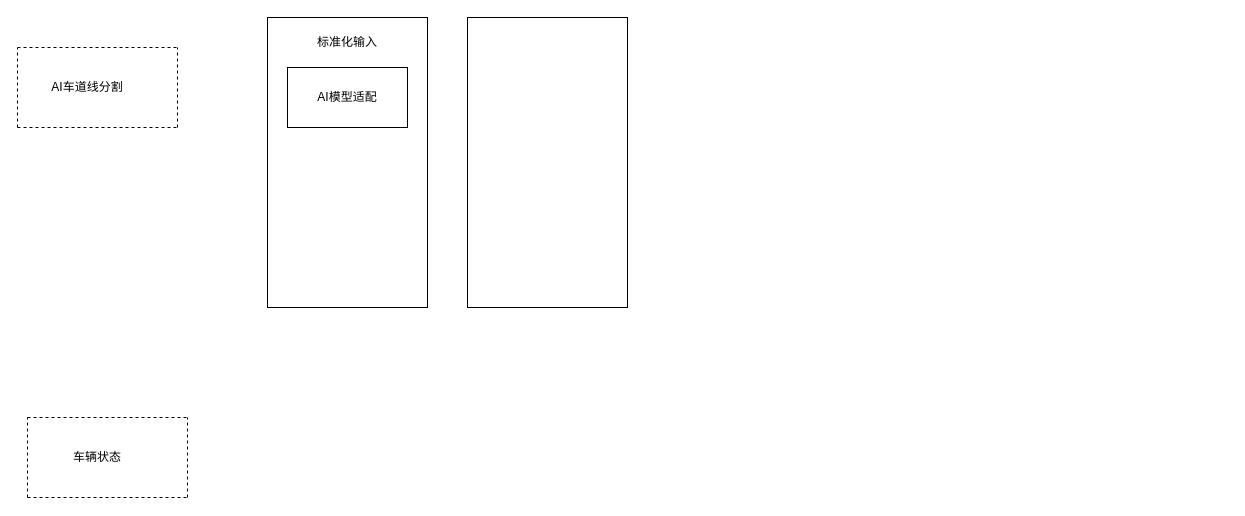
Earlier version of the draw.io diagram ypilot_2022.drawio (bugquella/diagrams). Source tidied: cells renumbered, new cells numbered last; positions are measured from the earlier drawing's top-left corner, leaving out a move shared by most shapes. Both pictures are drawn from the tidied source at 100%, with x=0, y=0 at pixel (17, 17).
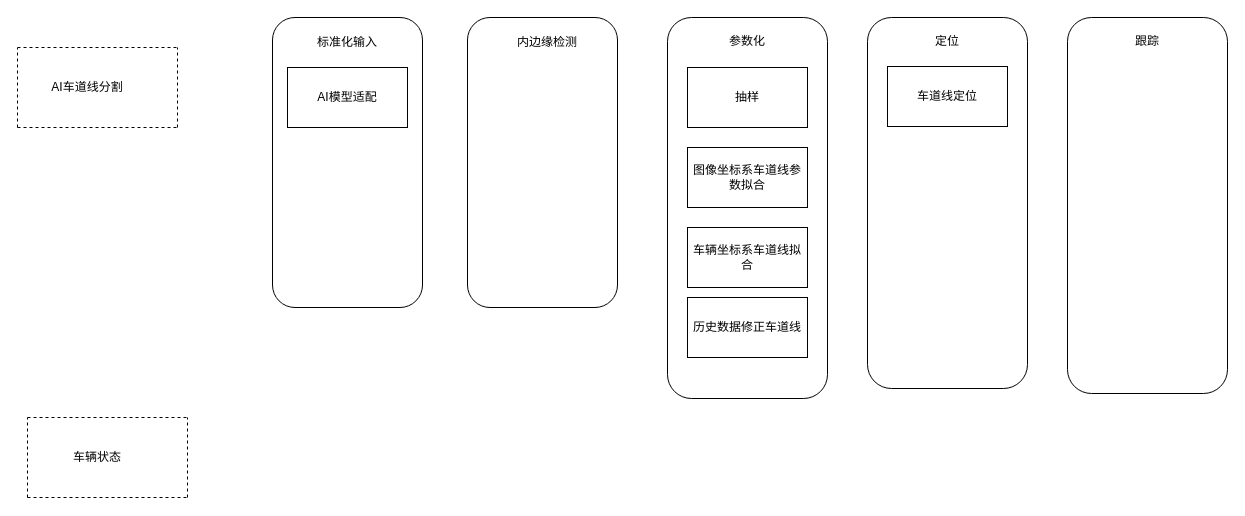
The same page after the edit.

Change to the diagram source:
```diff
@@
+    <mxCell id="18" style="rounded=1;whiteSpace=wrap;html=1;" parent="1" vertex="1">
+      <mxGeometry x="1050" width="160" height="376" as="geometry" />
+    </mxCell>
+    <mxCell id="19" style="rounded=1;whiteSpace=wrap;html=1;" parent="1" vertex="1">
+      <mxGeometry x="850" width="160" height="371" as="geometry" />
+    </mxCell>
+    <mxCell id="20" style="rounded=1;whiteSpace=wrap;html=1;" parent="1" vertex="1">
+      <mxGeometry x="650" width="160" height="381" as="geometry" />
+    </mxCell>
+    <mxCell id="21" style="rounded=1;whiteSpace=wrap;html=1;" parent="1" vertex="1">
+      <mxGeometry x="450" width="150" height="290" as="geometry" />
+    </mxCell>
+    <mxCell id="22" style="rounded=1;whiteSpace=wrap;html=1;" parent="1" vertex="1">
+      <mxGeometry x="255" width="150" height="290" as="geometry" />
+    </mxCell>
@@
-    <mxCell id="8" style="rounded=0;whiteSpace=wrap;html=1;" parent="1" vertex="1">
-      <mxGeometry x="250" width="160" height="290" as="geometry" />
-    </mxCell>
@@
-    <mxCell id="11" style="rounded=0;whiteSpace=wrap;html=1;" parent="1" vertex="1">
-      <mxGeometry x="450" width="160" height="290" as="geometry" />
-    </mxCell>
@@
+    <mxCell id="23" value="内边缘检测" style="text;html=1;strokeColor=none;fillColor=none;align=center;verticalAlign=middle;whiteSpace=wrap;rounded=0;" parent="1" vertex="1">
+      <mxGeometry x="490" y="10" width="80" height="30" as="geometry" />
+    </mxCell>
+    <mxCell id="24" value="参数化" style="text;html=1;strokeColor=none;fillColor=none;align=center;verticalAlign=middle;whiteSpace=wrap;rounded=0;" parent="1" vertex="1">
+      <mxGeometry x="700" y="9" width="60" height="30" as="geometry" />
+    </mxCell>
+    <mxCell id="25" value="抽样" style="rounded=0;whiteSpace=wrap;html=1;" parent="1" vertex="1">
+      <mxGeometry x="670" y="50" width="120" height="60" as="geometry" />
+    </mxCell>
+    <mxCell id="26" value="图像坐标系车道线参数拟合" style="rounded=0;whiteSpace=wrap;html=1;" parent="1" vertex="1">
+      <mxGeometry x="670" y="130" width="120" height="60" as="geometry" />
+    </mxCell>
+    <mxCell id="27" value="车辆坐标系车道线拟合" style="rounded=0;whiteSpace=wrap;html=1;" parent="1" vertex="1">
+      <mxGeometry x="670" y="210" width="120" height="60" as="geometry" />
+    </mxCell>
+    <mxCell id="28" value="历史数据修正车道线" style="rounded=0;whiteSpace=wrap;html=1;" parent="1" vertex="1">
+      <mxGeometry x="670" y="280" width="120" height="60" as="geometry" />
+    </mxCell>
+    <mxCell id="29" value="定位" style="text;html=1;strokeColor=none;fillColor=none;align=center;verticalAlign=middle;whiteSpace=wrap;rounded=0;" parent="1" vertex="1">
+      <mxGeometry x="900" y="9" width="60" height="30" as="geometry" />
+    </mxCell>
+    <mxCell id="30" value="车道线定位" style="rounded=0;whiteSpace=wrap;html=1;" parent="1" vertex="1">
+      <mxGeometry x="870" y="49" width="120" height="60" as="geometry" />
+    </mxCell>
+    <mxCell id="31" value="跟踪" style="text;html=1;strokeColor=none;fillColor=none;align=center;verticalAlign=middle;whiteSpace=wrap;rounded=0;" parent="1" vertex="1">
+      <mxGeometry x="1100" y="9" width="60" height="30" as="geometry" />
+    </mxCell>
```
